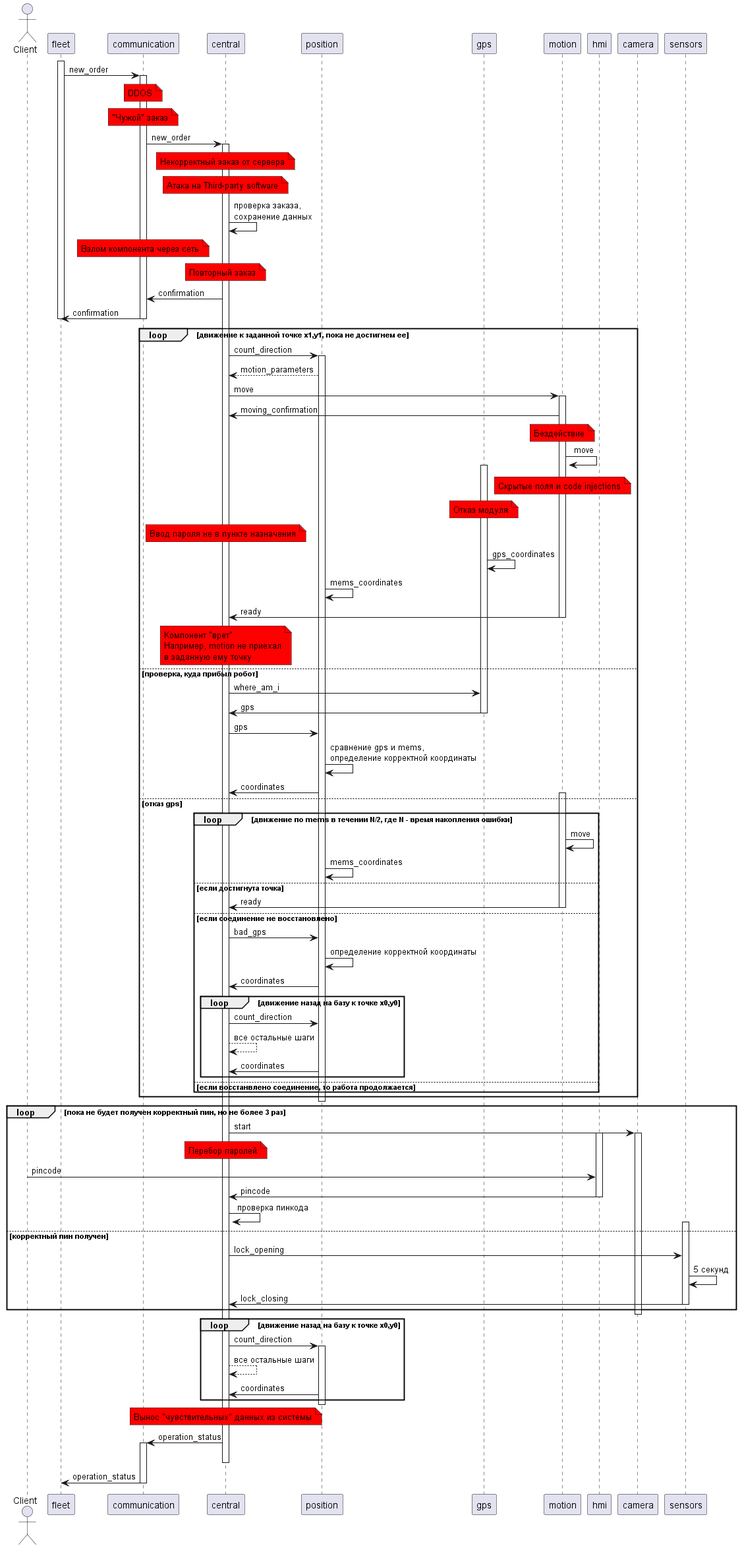
This is pics/sd_risks.png from Fishonground/Delivery, a PlantUML export, as it was before one commit.
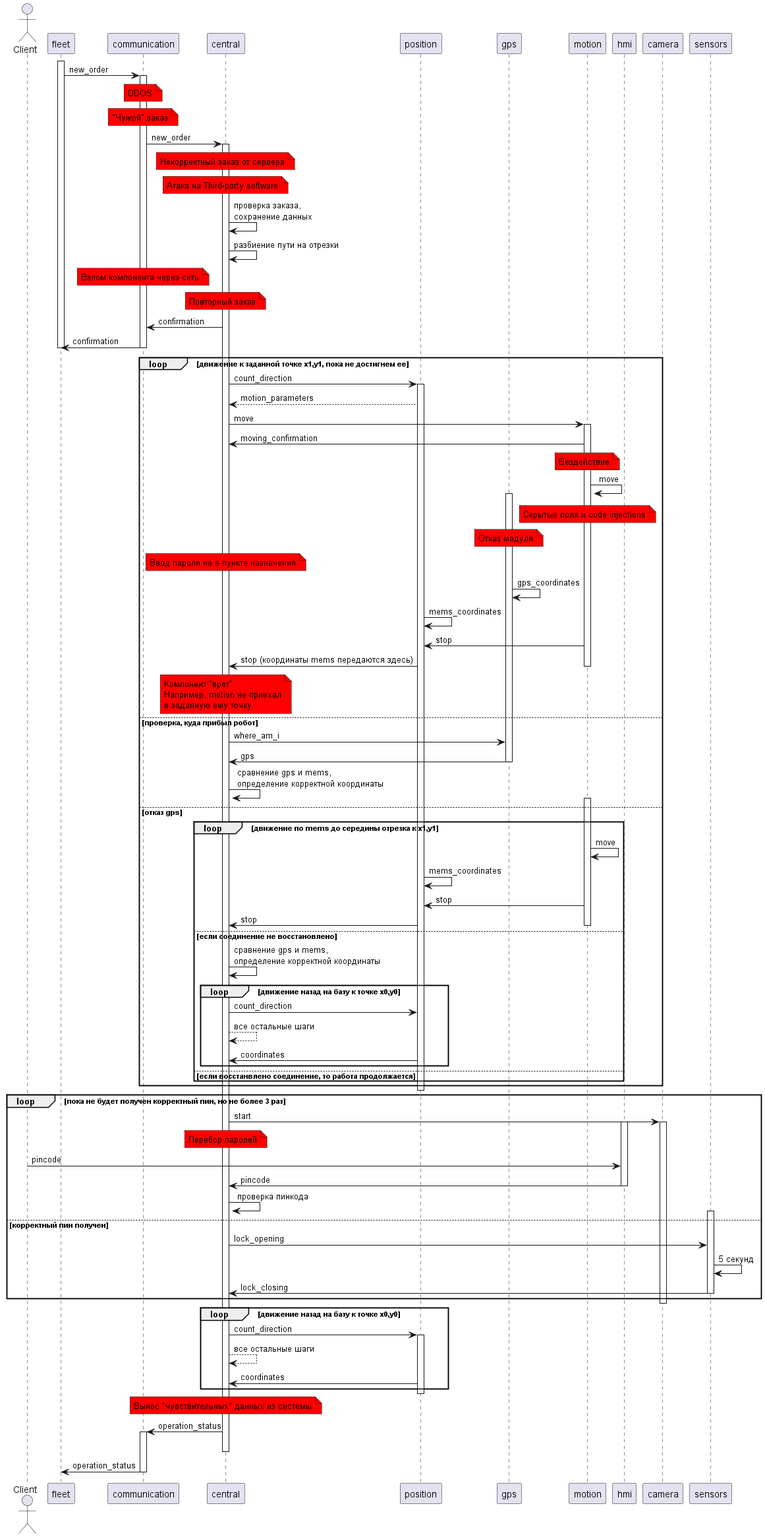
The same file after the commit.

The edit, as a diff of the source:
```diff
@@ -27,6 +27,7 @@
 Атака на Third-party software
 end note
 central -> central: проверка заказа,\nсохранение данных
+central -> central: разбиение пути на отрезки
 note over communication #red
 Взлом компонента через сеть
 end note
@@ -58,7 +59,8 @@
 gps++
 gps -> gps: gps_coordinates
 position -> position: mems_coordinates
-motion -> central: ready
+motion -> position: stop
+position -> central: stop (координаты mems передаются здесь)
 note over central #red
 Компонент "врет"
 Например, motion не приехал
@@ -69,22 +71,19 @@
 central -> gps: where_am_i
 gps -> central: gps
 gps--
-central -> position: gps
-position -> position: сравнение gps и mems,\nопределение корректной координаты
-position -> central: coordinates
+central -> central: сравнение gps и mems,\nопределение корректной координаты
 else отказ gps
-loop движение по mems в течении N/2, где N - время накопления ошибки
+loop движение по mems до середины отрезка к x1,y1
 motion++
 motion -> motion: move
 position -> position: mems_coordinates
-else если достигнута точка
-motion -> central: ready
+motion -> position: stop
+position -> central: stop
 else если соединение не восстановлено
 
 motion--
-central -> position: bad_gps
-position -> position: определение корректной координаты
-position -> central: coordinates
+
+central -> central: сравнение gps и mems,\nопределение корректной координаты
 loop движение назад на базу к точке x0,y0
 central -> position: count_direction
 central --> central: все остальные шаги
```
